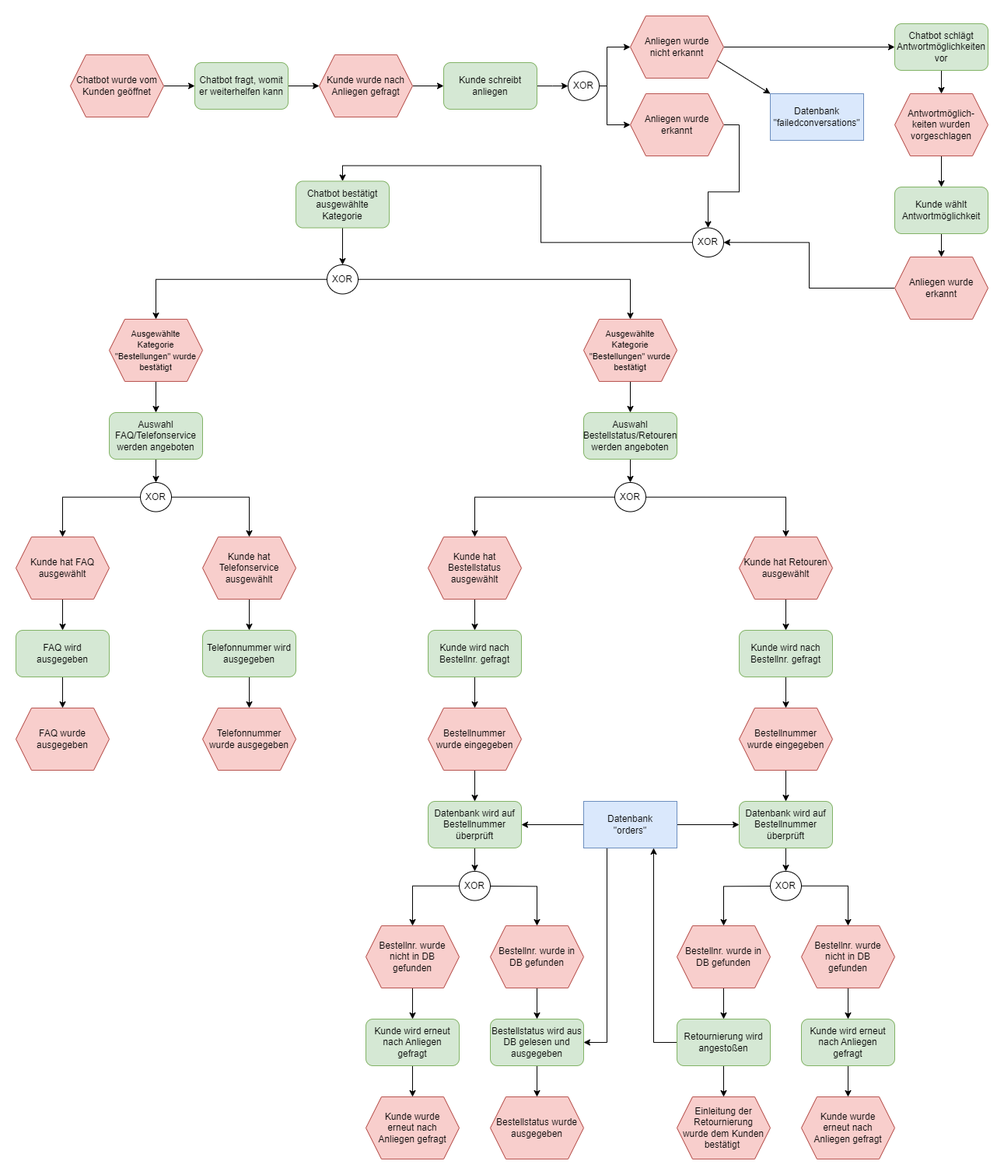
Filipza/LF6-Chatbot keeps this draw.io diagram as eEPK.drawio.png. Above is the earlier version. Source tidied: cells renumbered, new cells last; positions are measured from the earlier drawing's top-left corner, leaving out a move shared by most shapes.
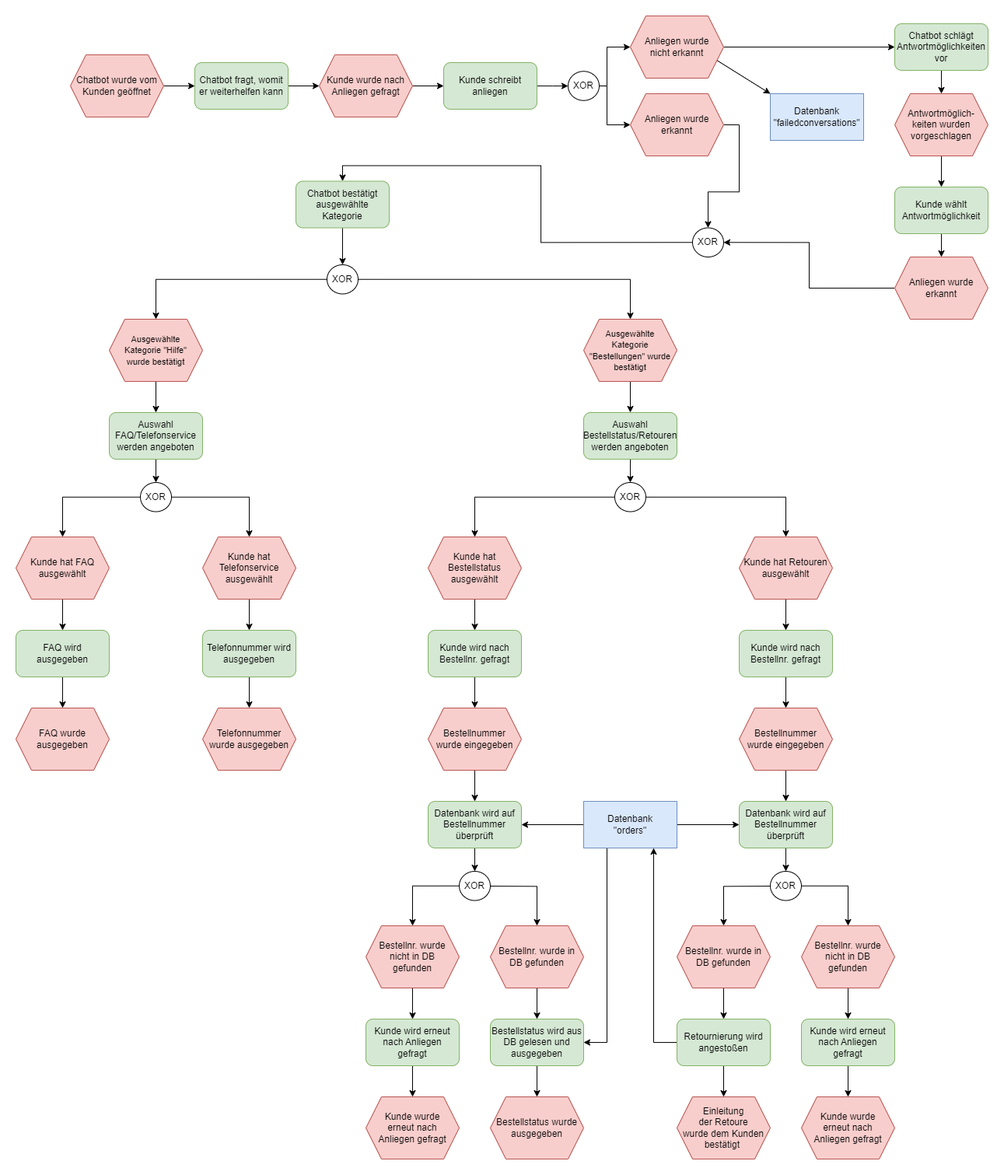
Later version of the same file.

What changed in the source:
```diff
@@ -117,7 +117,7 @@
     <mxCell id="36" style="edgeStyle=orthogonalEdgeStyle;rounded=0;jettySize=auto;html=1;exitX=0.5;exitY=1;exitDx=0;exitDy=0;entryX=0.5;entryY=0;entryDx=0;entryDy=0;" parent="1" edge="1" source="37" target="45">
       <mxGeometry relative="1" as="geometry" />
     </mxCell>
-    <mxCell id="37" value="&lt;font style=&quot;font-size: 11px;&quot;&gt;Ausgewählte&lt;br&gt;Kategorie&lt;br&gt;&quot;Bestellungen&quot; wurde bestätigt&lt;/font&gt;" style="shape=hexagon;perimeter=hexagonPerimeter2;whiteSpace=wrap;html=1;fixedSize=1;fillColor=#f8cecc;strokeColor=#b85450;" parent="1" vertex="1">
+    <mxCell id="37" value="&lt;font style=&quot;font-size: 11px;&quot;&gt;Ausgewählte&lt;br&gt;Kategorie &quot;Hilfe&quot;&lt;br&gt;wurde bestätigt&lt;/font&gt;" style="shape=hexagon;perimeter=hexagonPerimeter2;whiteSpace=wrap;html=1;fixedSize=1;fillColor=#f8cecc;strokeColor=#b85450;" parent="1" vertex="1">
       <mxGeometry x="120" y="390" width="120" height="80" as="geometry" />
     </mxCell>
     <mxCell id="38" style="edgeStyle=orthogonalEdgeStyle;rounded=0;jettySize=auto;html=1;exitX=0.5;exitY=1;exitDx=0;exitDy=0;entryX=0.5;entryY=0;entryDx=0;entryDy=0;" parent="1" edge="1" source="39" target="50">
@@ -269,7 +269,7 @@
     <mxCell id="86" value="Bestellnr. wurde in DB gefunden" style="shape=hexagon;perimeter=hexagonPerimeter2;whiteSpace=wrap;html=1;fixedSize=1;fillColor=#f8cecc;strokeColor=#b85450;" parent="1" vertex="1">
       <mxGeometry x="850" y="1170" width="120" height="80" as="geometry" />
     </mxCell>
-    <mxCell id="87" value="Einleitung der Retournierung&lt;br&gt;wurde dem Kunden bestätigt&amp;nbsp;" style="shape=hexagon;perimeter=hexagonPerimeter2;whiteSpace=wrap;html=1;fixedSize=1;fillColor=#f8cecc;strokeColor=#b85450;" parent="1" vertex="1">
+    <mxCell id="87" value="Einleitung&lt;br&gt;der Retoure&lt;br&gt;wurde dem Kunden bestätigt&amp;nbsp;" style="shape=hexagon;perimeter=hexagonPerimeter2;whiteSpace=wrap;html=1;fixedSize=1;fillColor=#f8cecc;strokeColor=#b85450;" parent="1" vertex="1">
       <mxGeometry x="850" y="1390" width="120" height="80" as="geometry" />
     </mxCell>
     <mxCell id="88" style="edgeStyle=orthogonalEdgeStyle;rounded=0;jettySize=auto;html=1;exitX=0.5;exitY=1;exitDx=0;exitDy=0;entryX=0.5;entryY=0;entryDx=0;entryDy=0;" parent="1" edge="1" source="89" target="92">
```
